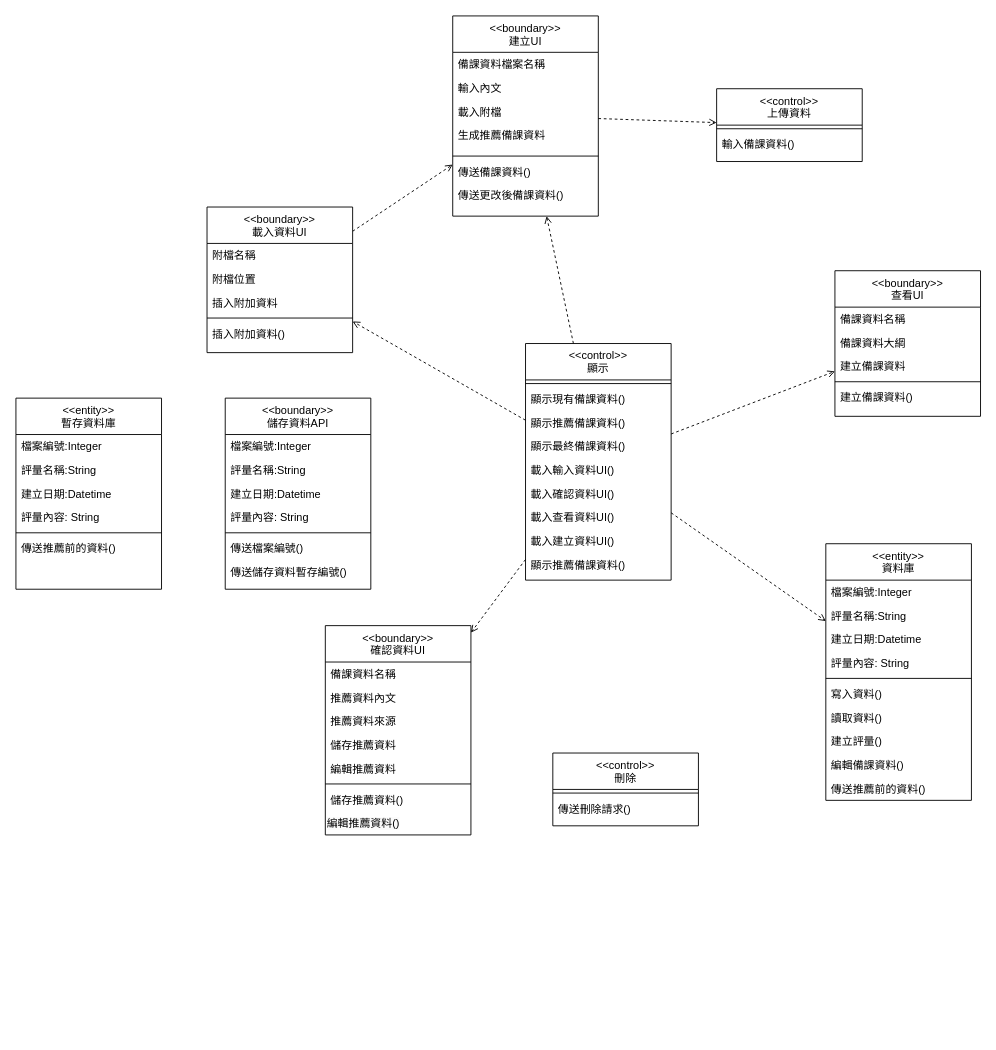
Before: 類別圖(建立備課資料)修改.drawio in Kevincheng0804/System-analysis, a draw.io diagram. Source tidied: cells renumbered, new cells numbered last; positions are measured from the earlier drawing's top-left corner, leaving out a move shared by most shapes. Both pictures are drawn from the tidied source at 91%, with x=0, y=0 at pixel (15, 15).
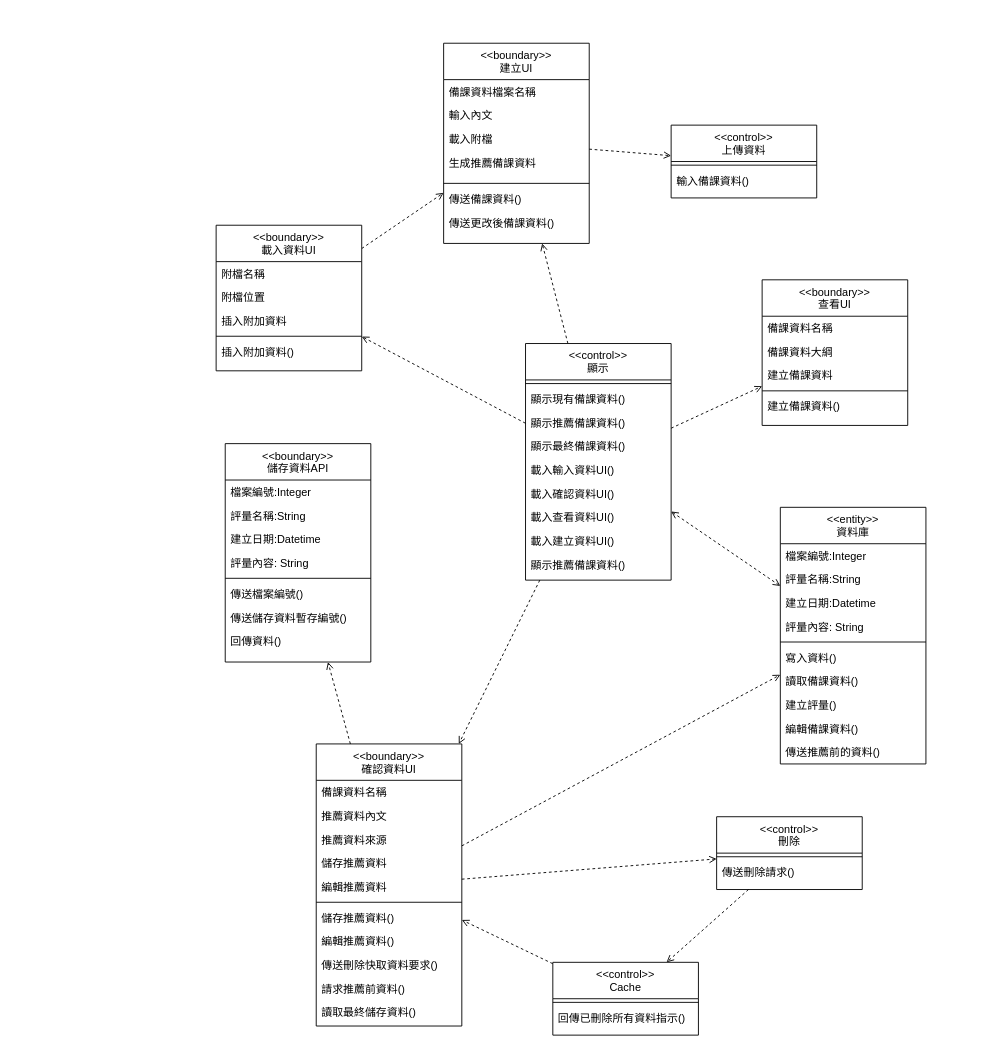
The same diagram, later.

The change refers to these unchanged cells:
```xml
<mxCell id="52" value="&lt;&lt;control&gt;&gt;&#10;顯示" style="swimlane;fontStyle=0;align=center;verticalAlign=top;horizontal=1;startSize=40;rounded=0;shadow=0;strokeWidth=1;" parent="1" vertex="1">
  <mxGeometry x="560" y="360" width="160" height="260" as="geometry" />
</mxCell>
```

Diff of the diagram source:
```diff
@@
     <mxCell id="2" value="&lt;&lt;boundary&gt;&gt;&#10;查看UI" style="swimlane;fontStyle=0;align=center;verticalAlign=top;horizontal=1;startSize=40;rounded=0;shadow=0;strokeWidth=1;" parent="1" vertex="1">
-      <mxGeometry x="900" y="280" width="160" height="160" as="geometry" />
+      <mxGeometry x="820" y="290" width="160" height="160" as="geometry" />
     </mxCell>
@@
     <mxCell id="9" value="&lt;&lt;boundary&gt;&gt;&#10;載入資料UI" style="swimlane;fontStyle=0;align=center;verticalAlign=top;horizontal=1;startSize=40;rounded=0;shadow=0;strokeWidth=1;" parent="1" vertex="1">
-      <mxGeometry x="210" y="210" width="160" height="160" as="geometry" />
+      <mxGeometry x="220" y="230" width="160" height="160" as="geometry" />
     </mxCell>
@@
     <mxCell id="16" value="&lt;&lt;boundary&gt;&gt;&#10;建立UI" style="swimlane;fontStyle=0;align=center;verticalAlign=top;horizontal=1;startSize=40;rounded=0;shadow=0;strokeWidth=1;" parent="1" vertex="1">
-      <mxGeometry x="480" width="160" height="220" as="geometry" />
+      <mxGeometry x="470" y="30" width="160" height="220" as="geometry" />
     </mxCell>
@@
+    <mxCell id="80" style="edgeStyle=none;html=1;dashed=1;endArrow=open;endFill=0;" parent="1" edge="1" source="24" target="33">
+      <mxGeometry relative="1" as="geometry" />
+    </mxCell>
+    <mxCell id="81" style="edgeStyle=none;html=1;dashed=1;fontColor=#FFFFFF;endArrow=open;endFill=0;" parent="1" edge="1" source="24" target="41">
+      <mxGeometry relative="1" as="geometry" />
+    </mxCell>
+    <mxCell id="82" style="edgeStyle=none;html=1;dashed=1;fontColor=#FFFFFF;endArrow=open;endFill=0;" parent="1" edge="1" source="24" target="69">
+      <mxGeometry relative="1" as="geometry" />
+    </mxCell>
     <mxCell id="24" value="&lt;&lt;boundary&gt;&gt;&#10;確認資料UI" style="swimlane;fontStyle=0;align=center;verticalAlign=top;horizontal=1;startSize=40;rounded=0;shadow=0;strokeWidth=1;" parent="1" vertex="1">
-      <mxGeometry x="340" y="670" width="160" height="230" as="geometry" />
+      <mxGeometry x="330" y="800" width="160" height="310" as="geometry" />
     </mxCell>
@@
-    <mxCell id="32" value="&lt;span style=&quot;color: rgb(0, 0, 0); font-family: Helvetica; font-size: 12px; font-style: normal; font-variant-ligatures: normal; font-variant-caps: normal; font-weight: 400; letter-spacing: normal; orphans: 2; text-align: left; text-indent: 0px; text-transform: none; widows: 2; word-spacing: 0px; -webkit-text-stroke-width: 0px; white-space: nowrap; background-color: rgb(251, 251, 251); text-decoration-thickness: initial; text-decoration-style: initial; text-decoration-color: initial; display: inline !important; float: none;&quot;&gt;編輯推薦資料()&lt;/span&gt;" style="text;whiteSpace=wrap;html=1;" parent="24" vertex="1">
+    <mxCell id="32" value="編輯推薦資料()" style="text;align=left;verticalAlign=top;spacingLeft=4;spacingRight=4;overflow=hidden;" parent="24" vertex="1">
       <mxGeometry y="204" width="160" height="26" as="geometry" />
     </mxCell>
+    <mxCell id="83" value="傳送刪除快取資料要求()" style="text;align=left;verticalAlign=top;spacingLeft=4;spacingRight=4;overflow=hidden;" parent="24" vertex="1">
+      <mxGeometry y="230" width="160" height="26" as="geometry" />
+    </mxCell>
+    <mxCell id="84" value="請求推薦前資料()" style="text;align=left;verticalAlign=top;spacingLeft=4;spacingRight=4;overflow=hidden;" parent="24" vertex="1">
+      <mxGeometry y="256" width="160" height="26" as="geometry" />
+    </mxCell>
+    <mxCell id="85" value="讀取最終儲存資料()" style="text;align=left;verticalAlign=top;spacingLeft=4;spacingRight=4;overflow=hidden;" parent="24" vertex="1">
+      <mxGeometry y="282" width="160" height="26" as="geometry" />
+    </mxCell>
     <mxCell id="33" value="&lt;&lt;boundary&gt;&gt;&#10;儲存資料API" style="swimlane;fontStyle=0;align=center;verticalAlign=top;horizontal=1;startSize=40;rounded=0;shadow=0;strokeWidth=1;" parent="1" vertex="1">
-      <mxGeometry x="230" y="420" width="160" height="210" as="geometry" />
+      <mxGeometry x="230" y="470" width="160" height="240" as="geometry" />
     </mxCell>
@@
+    <mxCell id="86" value="回傳資料()" style="text;align=left;verticalAlign=top;spacingLeft=4;spacingRight=4;overflow=hidden;" parent="33" vertex="1">
+      <mxGeometry y="204" width="160" height="26" as="geometry" />
+    </mxCell>
+    <mxCell id="87" style="edgeStyle=none;html=1;dashed=1;fontColor=#FFFFFF;endArrow=open;endFill=0;" parent="1" edge="1" source="41" target="62">
+      <mxGeometry relative="1" as="geometry" />
+    </mxCell>
     <mxCell id="41" value="&lt;&lt;control&gt;&gt;&#10;刪除" style="swimlane;fontStyle=0;align=center;verticalAlign=top;horizontal=1;startSize=40;rounded=0;shadow=0;strokeWidth=1;" parent="1" vertex="1">
-      <mxGeometry x="590" y="810" width="160" height="80" as="geometry" />
+      <mxGeometry x="770" y="880" width="160" height="80" as="geometry" />
     </mxCell>
@@
     <mxCell id="44" value="&lt;&lt;control&gt;&gt;&#10;上傳資料" style="swimlane;fontStyle=0;align=center;verticalAlign=top;horizontal=1;startSize=40;rounded=0;shadow=0;strokeWidth=1;" parent="1" vertex="1">
-      <mxGeometry x="770" y="80" width="160" height="80" as="geometry" />
+      <mxGeometry x="720" y="120" width="160" height="80" as="geometry" />
     </mxCell>
@@
-    <mxCell id="47" style="edgeStyle=none;html=1;endArrow=open;endFill=0;dashed=1;" parent="1" edge="1" source="52" target="69">
+    <mxCell id="47" style="edgeStyle=none;html=1;endArrow=open;endFill=0;dashed=1;startArrow=open;startFill=0;" parent="1" edge="1" source="52" target="69">
       <mxGeometry relative="1" as="geometry" />
     </mxCell>
@@
+    <mxCell id="88" style="edgeStyle=none;html=1;dashed=1;fontColor=#FFFFFF;endArrow=open;endFill=0;" parent="1" edge="1" source="62" target="24">
+      <mxGeometry relative="1" as="geometry" />
+    </mxCell>
-    <mxCell id="62" value="&lt;&lt;entity&gt;&gt;&#10;暫存資料庫" style="swimlane;fontStyle=0;align=center;verticalAlign=top;horizontal=1;startSize=40;rounded=0;shadow=0;strokeWidth=1;" parent="1" vertex="1">
-      <mxGeometry y="420" width="160" height="210" as="geometry" />
+    <mxCell id="62" value="&lt;&lt;control&gt;&gt;&#10;Cache" style="swimlane;fontStyle=0;align=center;verticalAlign=top;horizontal=1;startSize=40;rounded=0;shadow=0;strokeWidth=1;" parent="1" vertex="1">
+      <mxGeometry x="590" y="1040" width="160" height="80" as="geometry" />
     </mxCell>
-    <mxCell id="63" value="檔案編號:Integer" style="text;align=left;verticalAlign=top;spacingLeft=4;spacingRight=4;overflow=hidden;rounded=0;shadow=0;html=0;" parent="62" vertex="1">
-      <mxGeometry y="40" width="160" height="26" as="geometry" />
-    </mxCell>
-    <mxCell id="64" value="評量名稱:String" style="text;align=left;verticalAlign=top;spacingLeft=4;spacingRight=4;overflow=hidden;" parent="62" vertex="1">
-      <mxGeometry y="66" width="160" height="26" as="geometry" />
-    </mxCell>
-    <mxCell id="65" value="建立日期:Datetime" style="text;align=left;verticalAlign=top;spacingLeft=4;spacingRight=4;overflow=hidden;rounded=0;shadow=0;html=0;" parent="62" vertex="1">
-      <mxGeometry y="92" width="160" height="26" as="geometry" />
-    </mxCell>
-    <mxCell id="66" value="評量內容: String" style="text;align=left;verticalAlign=top;spacingLeft=4;spacingRight=4;overflow=hidden;rounded=0;shadow=0;html=0;" parent="62" vertex="1">
-      <mxGeometry y="118" width="160" height="26" as="geometry" />
-    </mxCell>
     <mxCell id="67" style="line;html=1;strokeWidth=1;align=left;verticalAlign=middle;spacingTop=-1;spacingLeft=3;spacingRight=3;labelPosition=right;" parent="62" vertex="1">
-      <mxGeometry y="144" width="160" height="8" as="geometry" />
+      <mxGeometry y="40" width="160" height="8" as="geometry" />
     </mxCell>
-    <mxCell id="68" value="傳送推薦前的資料()" style="text;align=left;verticalAlign=top;spacingLeft=4;spacingRight=4;overflow=hidden;" parent="62" vertex="1">
-      <mxGeometry y="152" width="160" height="26" as="geometry" />
+    <mxCell id="68" value="回傳已刪除所有資料指示()" style="text;align=left;verticalAlign=top;spacingLeft=4;spacingRight=4;overflow=hidden;" parent="62" vertex="1">
+      <mxGeometry y="48" width="160" height="26" as="geometry" />
     </mxCell>
     <mxCell id="69" value="&lt;&lt;entity&gt;&gt;&#10;資料庫" style="swimlane;fontStyle=0;align=center;verticalAlign=top;horizontal=1;startSize=40;rounded=0;shadow=0;strokeWidth=1;" parent="1" vertex="1">
-      <mxGeometry x="890" y="580" width="160" height="282" as="geometry" />
+      <mxGeometry x="840" y="540" width="160" height="282" as="geometry" />
     </mxCell>
@@
-    <mxCell id="76" value="讀取資料()" style="text;align=left;verticalAlign=top;spacingLeft=4;spacingRight=4;overflow=hidden;" parent="69" vertex="1">
+    <mxCell id="76" value="讀取備課資料()" style="text;align=left;verticalAlign=top;spacingLeft=4;spacingRight=4;overflow=hidden;" parent="69" vertex="1">
       <mxGeometry y="178" width="160" height="26" as="geometry" />
     </mxCell>
```
